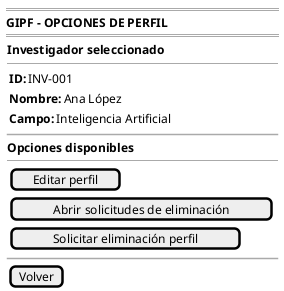
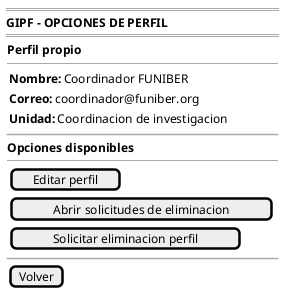
@startsalt abrirOpcionesPerfil-wireframe
{
    ====
    <b>GIPF - OPCIONES DE PERFIL</b>
    ====
    {
-         <b>Investigador seleccionado</b>
+         <b>Perfil propio</b>
        --
        {
-             {<b>ID:</b>     | INV-001}
-             {<b>Nombre:</b> | Ana López}
-             {<b>Campo:</b>  | Inteligencia Artificial}
+             {<b>Nombre:</b> | Coordinador FUNIBER}
+             {<b>Correo:</b> | coordinador@funiber.org}
+             {<b>Unidad:</b> | Coordinacion de investigacion}
        }

        ~~

        <b>Opciones disponibles</b>
        --
        {
            {[Editar perfil]}
-             {[Abrir solicitudes de eliminación]}
-             {[Solicitar eliminación perfil]}
+             {[Abrir solicitudes de eliminacion]}
+             {[Solicitar eliminacion perfil]}
        }

        ~~

        {[Volver]}
    }
}
@endsalt
